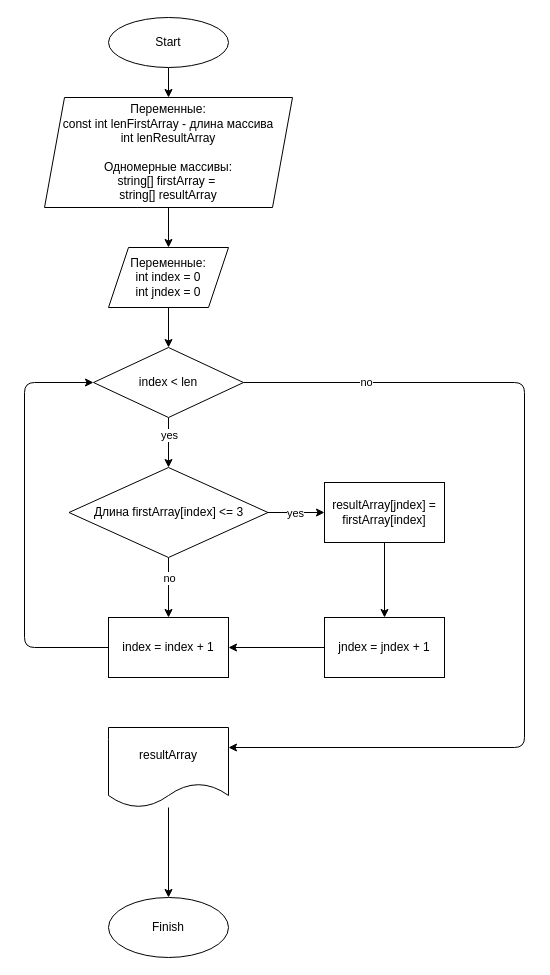
The draw.io diagram scheme.drawio in SergeyZSV/KR_1, before the edit. Source tidied: cells renumbered, new cells numbered last; positions are measured from the earlier drawing's top-left corner, leaving out a move shared by most shapes. Both pictures are drawn from the tidied source at 100%, with x=0, y=0 at pixel (24, 17).
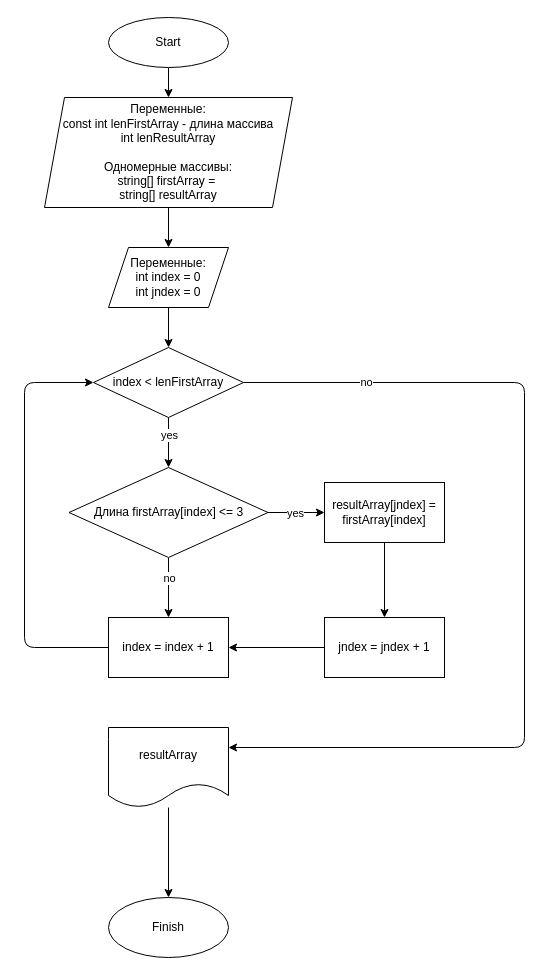
After the change.

Commit message:
Block-scheme corrections 2

Diff of the diagram source:
```diff
@@
-    <mxCell id="12" value="index &amp;lt; len" style="rhombus;whiteSpace=wrap;html=1;" parent="1" vertex="1">
+    <mxCell id="12" value="index &amp;lt; lenFirstArray" style="rhombus;whiteSpace=wrap;html=1;" parent="1" vertex="1">
       <mxGeometry x="69" y="330" width="150" height="70" as="geometry" />
     </mxCell>
```
